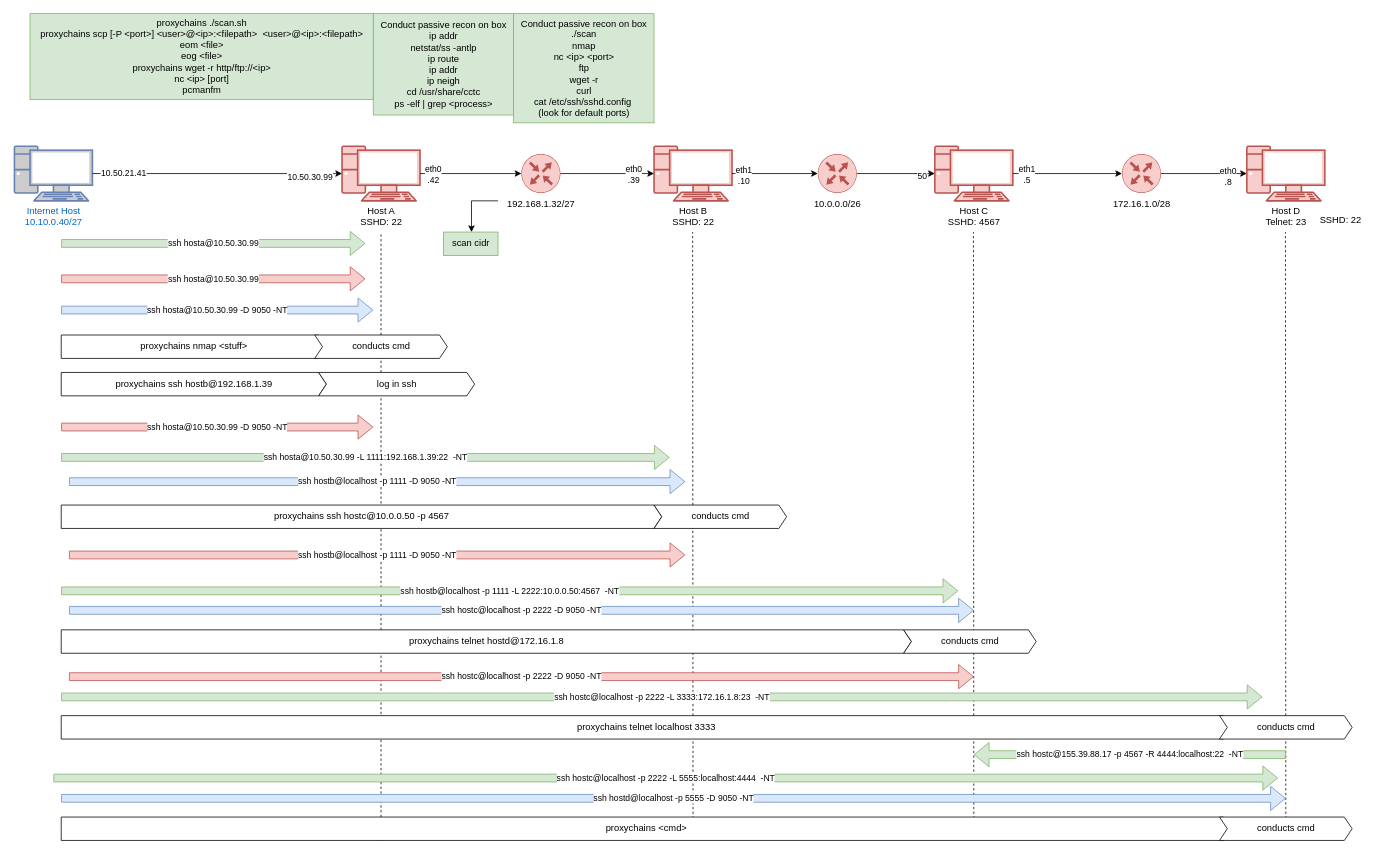
wifi96h/new keeps this draw.io diagram as CCTC/NET/Tunnel_Practice.drawio. Above is the earlier version. Source tidied: cells renumbered, new cells numbered last; positions are measured from the earlier drawing's top-left corner, leaving out a move shared by most shapes. Both pictures are drawn from the tidied source at 78%, with x=0, y=0 at pixel (14, 13).
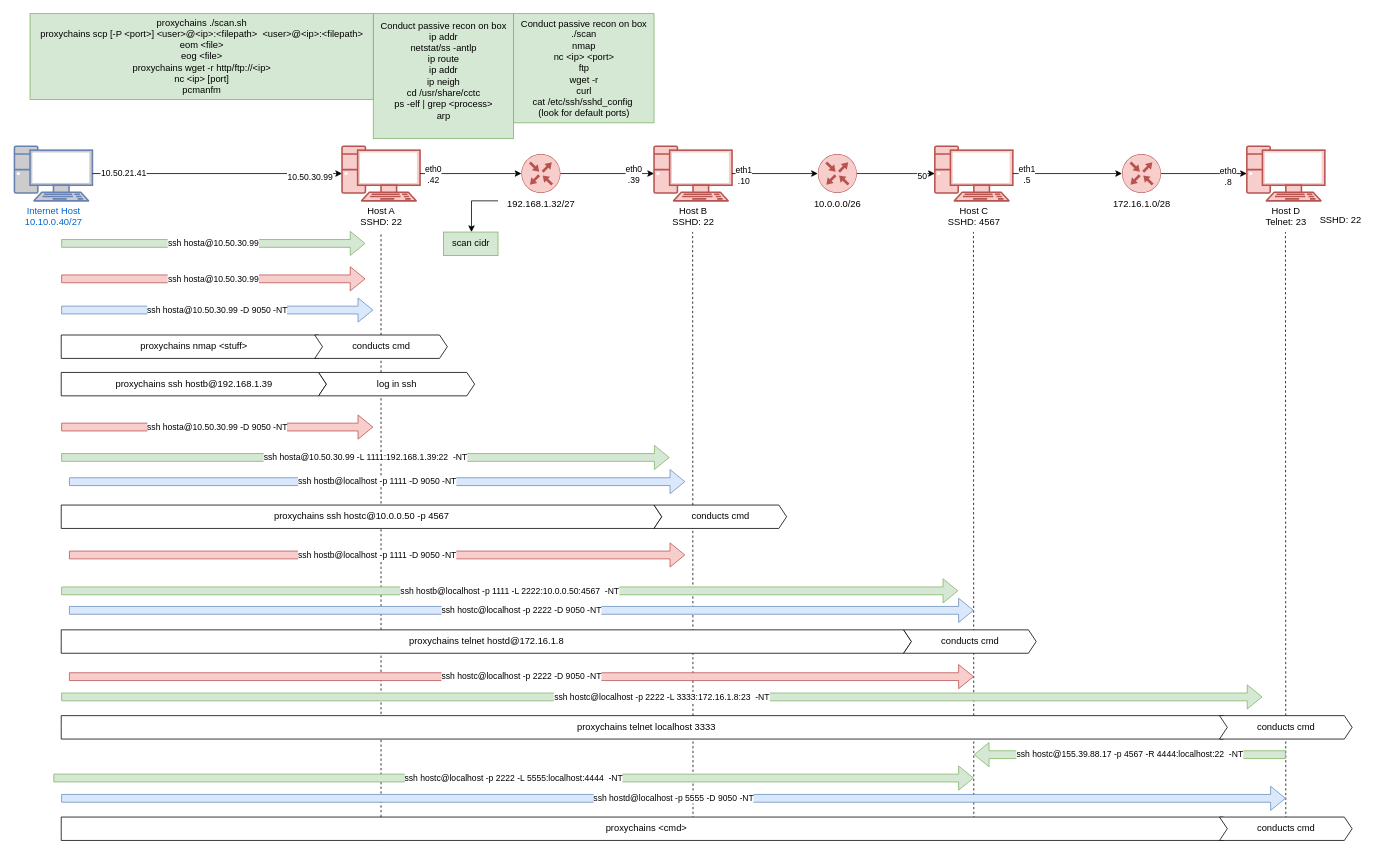
The same page after the edit.

Diff of the diagram source:
```diff
@@
-    <mxCell id="14" value="Conduct passive recon on box&lt;div&gt;ip addr&lt;/div&gt;&lt;div&gt;netstat/ss -antlp&lt;/div&gt;&lt;div&gt;ip route&lt;/div&gt;&lt;div&gt;ip addr&lt;/div&gt;&lt;div&gt;ip neigh&lt;/div&gt;&lt;div&gt;cd /usr/share/cctc&lt;/div&gt;&lt;div&gt;ps -elf | grep &amp;lt;process&amp;gt;&lt;/div&gt;" style="text;html=1;align=center;verticalAlign=middle;strokeColor=#82b366;fillColor=#d5e8d4;" parent="1" vertex="1">
-      <mxGeometry x="460" width="180" height="130" as="geometry" />
+    <mxCell id="14" value="Conduct passive recon on box&lt;div&gt;ip addr&lt;/div&gt;&lt;div&gt;netstat/ss -antlp&lt;/div&gt;&lt;div&gt;ip route&lt;/div&gt;&lt;div&gt;ip addr&lt;/div&gt;&lt;div&gt;ip neigh&lt;/div&gt;&lt;div&gt;cd /usr/share/cctc&lt;/div&gt;&lt;div&gt;ps -elf | grep &amp;lt;process&amp;gt;&lt;/div&gt;&lt;div&gt;arp&lt;/div&gt;&lt;div&gt;&lt;br&gt;&lt;/div&gt;" style="text;html=1;align=center;verticalAlign=middle;strokeColor=#82b366;fillColor=#d5e8d4;" parent="1" vertex="1">
+      <mxGeometry x="460" width="180" height="160" as="geometry" />
     </mxCell>
@@
-    <mxCell id="49" value="&lt;div&gt;Conduct passive recon on box&lt;/div&gt;&lt;div&gt;./scan&lt;/div&gt;&lt;div&gt;nmap&lt;/div&gt;&lt;div&gt;nc &amp;lt;ip&amp;gt; &amp;lt;port&amp;gt;&lt;/div&gt;&lt;div&gt;ftp&lt;/div&gt;&lt;div&gt;wget -r&lt;/div&gt;&lt;div&gt;curl&lt;/div&gt;&lt;div&gt;cat /etc/ssh/sshd.config&amp;nbsp;&lt;/div&gt;&lt;div&gt;(look for default ports)&lt;/div&gt;" style="text;html=1;align=center;verticalAlign=middle;strokeColor=#82b366;fillColor=#d5e8d4;" parent="1" vertex="1">
+    <mxCell id="49" value="&lt;div&gt;Conduct passive recon on box&lt;/div&gt;&lt;div&gt;./scan&lt;/div&gt;&lt;div&gt;nmap&lt;/div&gt;&lt;div&gt;nc &amp;lt;ip&amp;gt; &amp;lt;port&amp;gt;&lt;/div&gt;&lt;div&gt;ftp&lt;/div&gt;&lt;div&gt;wget -r&lt;/div&gt;&lt;div&gt;curl&lt;/div&gt;&lt;div&gt;cat /etc/ssh/sshd_config&amp;nbsp;&lt;/div&gt;&lt;div&gt;(look for default ports)&lt;/div&gt;" style="text;html=1;align=center;verticalAlign=middle;strokeColor=#82b366;fillColor=#d5e8d4;" parent="1" vertex="1">
       <mxGeometry x="640" width="180" height="140" as="geometry" />
     </mxCell>
@@
     <mxCell id="56" value="ssh hostc@localhost -p 2222 -L 5555:localhost:4444&amp;nbsp; -NT" style="shape=flexArrow;endArrow=classic;html=1;rounded=0;fillColor=#d5e8d4;strokeColor=#82b366;" parent="1" edge="1">
       <mxGeometry relative="1" as="geometry">
         <mxPoint x="50" y="980" as="sourcePoint" />
-        <mxPoint x="1620" y="980" as="targetPoint" />
+        <mxPoint x="1230" y="980" as="targetPoint" />
       </mxGeometry>
     </mxCell>
```
